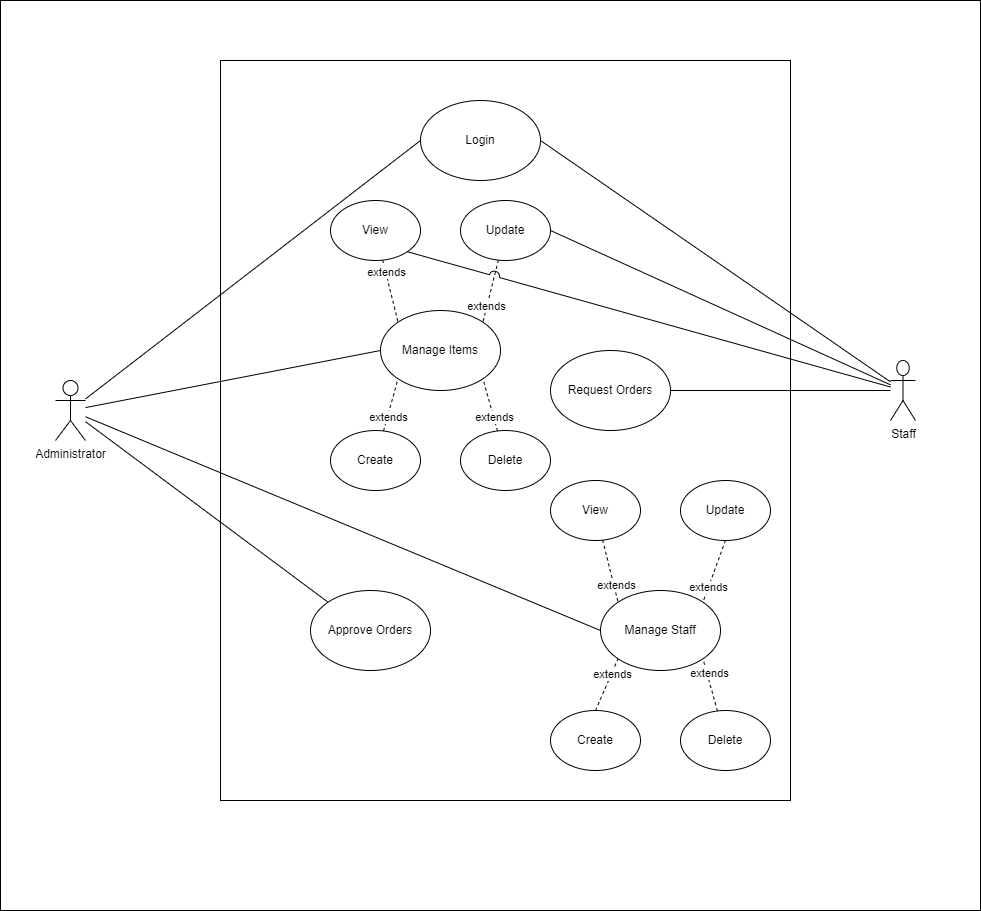
This is Diagrams/usecase.drawio.png from Jemikemi/Inventory-Sys-SENG-302, a draw.io export, as it was before one commit. Source tidied: cells renumbered, new cells last; positions are measured from the earlier drawing's top-left corner, leaving out a move shared by most shapes. Its diagram source:
```xml
<mxGraphModel>
  <root>
    <mxCell id="0" />
    <mxCell id="1" parent="0" />
    <mxCell id="2" style="rounded=0;whiteSpace=wrap;html=1;" parent="1" vertex="1">
      <mxGeometry width="980" height="910" as="geometry" />
    </mxCell>
    <mxCell id="3" style="rounded=0;whiteSpace=wrap;html=1;" parent="1" vertex="1">
      <mxGeometry x="220" y="60" width="570" height="740" as="geometry" />
    </mxCell>
    <mxCell id="4" style="edgeStyle=none;html=1;entryX=0;entryY=0.5;entryDx=0;entryDy=0;endArrow=none;endFill=0;" parent="1" edge="1" source="8" target="15">
      <mxGeometry relative="1" as="geometry" />
    </mxCell>
    <mxCell id="5" style="edgeStyle=none;html=1;entryX=0;entryY=0.5;entryDx=0;entryDy=0;endArrow=none;endFill=0;" parent="1" edge="1" source="8" target="10">
      <mxGeometry relative="1" as="geometry" />
    </mxCell>
    <mxCell id="6" style="edgeStyle=none;html=1;entryX=0;entryY=0.5;entryDx=0;entryDy=0;endArrow=none;endFill=0;" parent="1" edge="1" source="8" target="34">
      <mxGeometry relative="1" as="geometry" />
    </mxCell>
    <mxCell id="7" style="edgeStyle=none;html=1;entryX=0;entryY=0;entryDx=0;entryDy=0;endArrow=none;endFill=0;" parent="1" edge="1" source="8" target="41">
      <mxGeometry relative="1" as="geometry" />
    </mxCell>
    <mxCell id="8" value="Administrator" style="shape=umlActor;verticalLabelPosition=bottom;verticalAlign=top;html=1;outlineConnect=0;fontStyle=0;" parent="1" vertex="1">
      <mxGeometry x="55" y="380" width="30" height="60" as="geometry" />
    </mxCell>
    <mxCell id="9" style="edgeStyle=none;html=1;entryX=1;entryY=0.3333333333333333;entryDx=0;entryDy=0;entryPerimeter=0;strokeColor=none;endArrow=none;endFill=0;" parent="1" edge="1" source="10" target="8">
      <mxGeometry relative="1" as="geometry" />
    </mxCell>
    <mxCell id="10" value="Login" style="ellipse;whiteSpace=wrap;html=1;" parent="1" vertex="1">
      <mxGeometry x="420" y="100" width="120" height="80" as="geometry" />
    </mxCell>
    <mxCell id="11" style="edgeStyle=none;html=1;entryX=1;entryY=0.5;entryDx=0;entryDy=0;endArrow=none;endFill=0;" parent="1" edge="1" source="14" target="10">
      <mxGeometry relative="1" as="geometry" />
    </mxCell>
    <mxCell id="12" style="edgeStyle=none;html=1;entryX=1;entryY=0.5;entryDx=0;entryDy=0;endArrow=none;endFill=0;" parent="1" edge="1" source="14" target="33">
      <mxGeometry relative="1" as="geometry" />
    </mxCell>
    <mxCell id="13" style="edgeStyle=none;html=1;entryX=1;entryY=0.5;entryDx=0;entryDy=0;endArrow=none;endFill=0;" parent="1" edge="1" source="14" target="42">
      <mxGeometry relative="1" as="geometry" />
    </mxCell>
    <mxCell id="14" value="Staff" style="shape=umlActor;verticalLabelPosition=bottom;verticalAlign=top;html=1;outlineConnect=0;" parent="1" vertex="1">
      <mxGeometry x="890" y="360" width="25" height="60" as="geometry" />
    </mxCell>
    <mxCell id="15" value="Manage Staff" style="ellipse;whiteSpace=wrap;html=1;" parent="1" vertex="1">
      <mxGeometry x="600" y="590" width="120" height="80" as="geometry" />
    </mxCell>
    <mxCell id="16" style="edgeStyle=none;html=1;exitX=0.5;exitY=0;exitDx=0;exitDy=0;entryX=0;entryY=1;entryDx=0;entryDy=0;endArrow=none;endFill=0;dashed=1;" parent="1" edge="1" source="18" target="15">
      <mxGeometry relative="1" as="geometry" />
    </mxCell>
    <mxCell id="17" value="extends" style="edgeLabel;html=1;align=center;verticalAlign=middle;" parent="16" vertex="1">
      <mxGeometry x="0.43" relative="1" as="geometry" />
    </mxCell>
    <mxCell id="18" value="Create" style="ellipse;whiteSpace=wrap;html=1;" parent="1" vertex="1">
      <mxGeometry x="550" y="710" width="90" height="60" as="geometry" />
    </mxCell>
    <mxCell id="19" style="edgeStyle=none;html=1;entryX=1;entryY=1;entryDx=0;entryDy=0;endArrow=none;endFill=0;dashed=1;" parent="1" edge="1" source="21" target="15">
      <mxGeometry relative="1" as="geometry" />
    </mxCell>
    <mxCell id="20" value="extends" style="edgeLabel;html=1;align=center;verticalAlign=middle;" parent="19" vertex="1">
      <mxGeometry x="0.46" y="-2" relative="1" as="geometry" />
    </mxCell>
    <mxCell id="21" value="Delete" style="ellipse;whiteSpace=wrap;html=1;" parent="1" vertex="1">
      <mxGeometry x="680" y="710" width="90" height="60" as="geometry" />
    </mxCell>
    <mxCell id="22" style="edgeStyle=none;html=1;entryX=0;entryY=0;entryDx=0;entryDy=0;endArrow=none;endFill=0;dashed=1;" parent="1" edge="1" source="24" target="15">
      <mxGeometry relative="1" as="geometry" />
    </mxCell>
    <mxCell id="23" value="extends" style="edgeLabel;html=1;align=center;verticalAlign=middle;" parent="22" vertex="1">
      <mxGeometry x="0.47" y="2" relative="1" as="geometry" />
    </mxCell>
    <mxCell id="24" value="View" style="ellipse;whiteSpace=wrap;html=1;" parent="1" vertex="1">
      <mxGeometry x="550" y="480" width="90" height="60" as="geometry" />
    </mxCell>
    <mxCell id="25" style="edgeStyle=none;html=1;exitX=0.5;exitY=1;exitDx=0;exitDy=0;entryX=1;entryY=0;entryDx=0;entryDy=0;endArrow=none;endFill=0;dashed=1;" parent="1" edge="1" source="27" target="15">
      <mxGeometry relative="1" as="geometry" />
    </mxCell>
    <mxCell id="26" value="extends" style="edgeLabel;html=1;align=center;verticalAlign=middle;" parent="25" vertex="1">
      <mxGeometry x="0.52" relative="1" as="geometry" />
    </mxCell>
    <mxCell id="27" value="Update" style="ellipse;whiteSpace=wrap;html=1;" parent="1" vertex="1">
      <mxGeometry x="680" y="480" width="90" height="60" as="geometry" />
    </mxCell>
    <mxCell id="28" style="edgeStyle=none;html=1;entryX=0;entryY=0;entryDx=0;entryDy=0;dashed=1;endArrow=none;endFill=0;" parent="1" edge="1" source="30" target="34">
      <mxGeometry relative="1" as="geometry" />
    </mxCell>
    <mxCell id="29" value="extends" style="edgeLabel;html=1;align=center;verticalAlign=middle;" parent="28" vertex="1">
      <mxGeometry x="-0.63" relative="1" as="geometry" />
    </mxCell>
    <mxCell id="30" value="View" style="ellipse;whiteSpace=wrap;html=1;" parent="1" vertex="1">
      <mxGeometry x="330" y="200" width="90" height="60" as="geometry" />
    </mxCell>
    <mxCell id="31" style="edgeStyle=none;html=1;entryX=1;entryY=0;entryDx=0;entryDy=0;dashed=1;endArrow=none;endFill=0;" parent="1" edge="1" source="33" target="34">
      <mxGeometry relative="1" as="geometry" />
    </mxCell>
    <mxCell id="32" value="extends" style="edgeLabel;html=1;align=center;verticalAlign=middle;" parent="31" vertex="1">
      <mxGeometry x="0.5" y="-1" relative="1" as="geometry" />
    </mxCell>
    <mxCell id="33" value="Update" style="ellipse;whiteSpace=wrap;html=1;" parent="1" vertex="1">
      <mxGeometry x="460" y="200" width="90" height="60" as="geometry" />
    </mxCell>
    <mxCell id="34" value="Manage Items&lt;br&gt;" style="ellipse;whiteSpace=wrap;html=1;" parent="1" vertex="1">
      <mxGeometry x="380" y="310" width="120" height="80" as="geometry" />
    </mxCell>
    <mxCell id="35" style="edgeStyle=none;html=1;entryX=0;entryY=1;entryDx=0;entryDy=0;dashed=1;endArrow=none;endFill=0;" parent="1" edge="1" source="37" target="34">
      <mxGeometry relative="1" as="geometry" />
    </mxCell>
    <mxCell id="36" value="extends" style="edgeLabel;html=1;align=center;verticalAlign=middle;" parent="35" vertex="1">
      <mxGeometry x="-0.45" relative="1" as="geometry" />
    </mxCell>
    <mxCell id="37" value="Create" style="ellipse;whiteSpace=wrap;html=1;" parent="1" vertex="1">
      <mxGeometry x="330" y="430" width="90" height="60" as="geometry" />
    </mxCell>
    <mxCell id="38" style="edgeStyle=none;html=1;entryX=1;entryY=1;entryDx=0;entryDy=0;dashed=1;endArrow=none;endFill=0;" parent="1" edge="1" source="40" target="34">
      <mxGeometry relative="1" as="geometry" />
    </mxCell>
    <mxCell id="39" value="extends" style="edgeLabel;html=1;align=center;verticalAlign=middle;" parent="38" vertex="1">
      <mxGeometry x="-0.48" relative="1" as="geometry" />
    </mxCell>
    <mxCell id="40" value="Delete" style="ellipse;whiteSpace=wrap;html=1;" parent="1" vertex="1">
      <mxGeometry x="460" y="430" width="90" height="60" as="geometry" />
    </mxCell>
    <mxCell id="41" value="Approve Orders" style="ellipse;whiteSpace=wrap;html=1;" parent="1" vertex="1">
      <mxGeometry x="310" y="590" width="120" height="80" as="geometry" />
    </mxCell>
    <mxCell id="42" value="Request Orders" style="ellipse;whiteSpace=wrap;html=1;" parent="1" vertex="1">
      <mxGeometry x="550" y="350" width="120" height="80" as="geometry" />
    </mxCell>
    <mxCell id="43" style="edgeStyle=none;jumpStyle=arc;jumpSize=10;html=1;entryX=1;entryY=1;entryDx=0;entryDy=0;endArrow=none;endFill=0;" parent="1" edge="1" source="14" target="30">
      <mxGeometry relative="1" as="geometry" />
    </mxCell>
  </root>
</mxGraphModel>
```
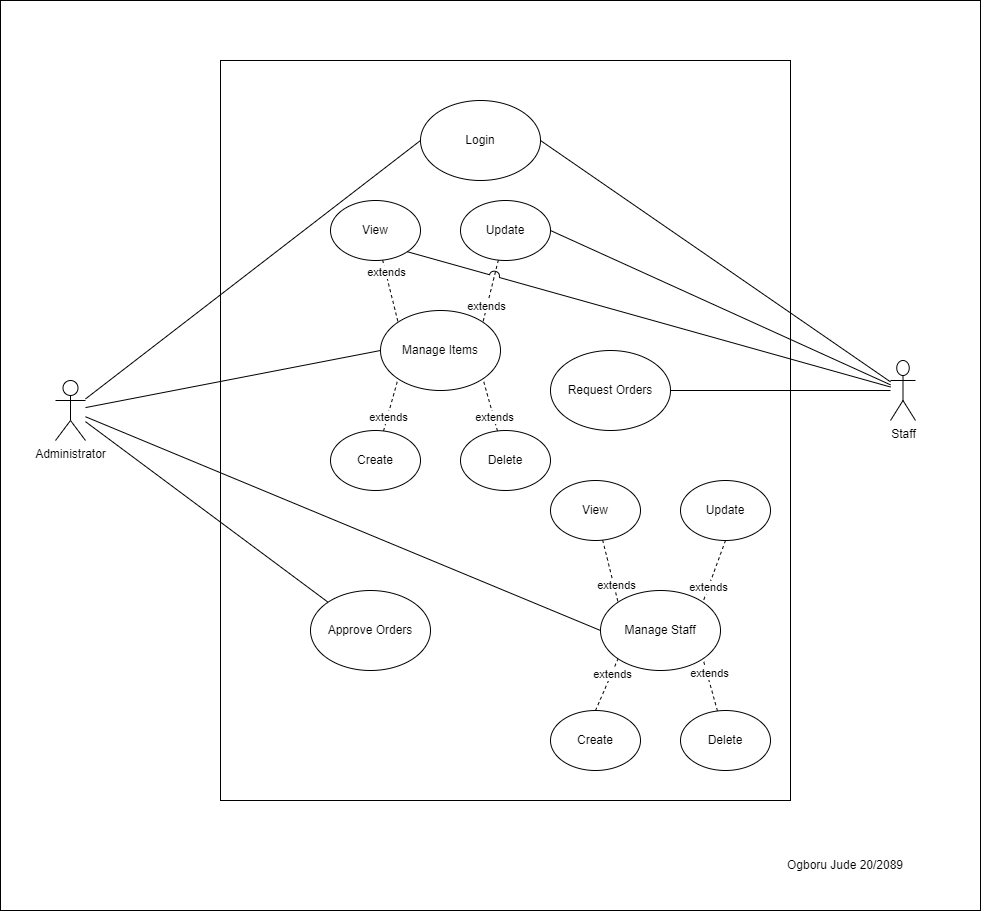
Above is the later version.

What changed in the source:
```diff
@@ -128,5 +128,8 @@
     <mxCell id="43" style="edgeStyle=none;jumpStyle=arc;jumpSize=10;html=1;entryX=1;entryY=1;entryDx=0;entryDy=0;endArrow=none;endFill=0;" parent="1" edge="1" source="14" target="30">
       <mxGeometry relative="1" as="geometry" />
     </mxCell>
+    <mxCell id="44" value="Ogboru Jude 20/2089" style="text;html=1;strokeColor=none;fillColor=none;align=center;verticalAlign=middle;whiteSpace=wrap;rounded=0;" parent="1" vertex="1">
+      <mxGeometry x="740" y="850" width="210" height="30" as="geometry" />
+    </mxCell>
   </root>
 </mxGraphModel>
```
